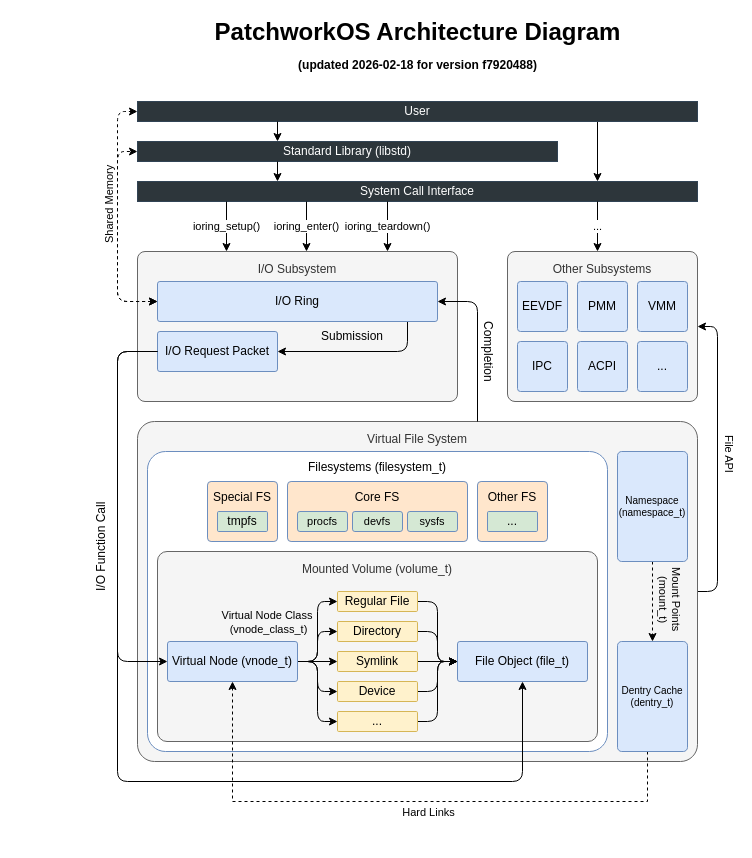
Above: meta/diagrams/architecture.drawio in KaiNorberg/PatchworkOS (draw.io), before the change. Source tidied: cells renumbered, new cells numbered last; positions are measured from the earlier drawing's top-left corner, leaving out a move shared by most shapes. Both pictures are drawn from the tidied source at 100%, with x=0, y=0 at pixel (17, 21).
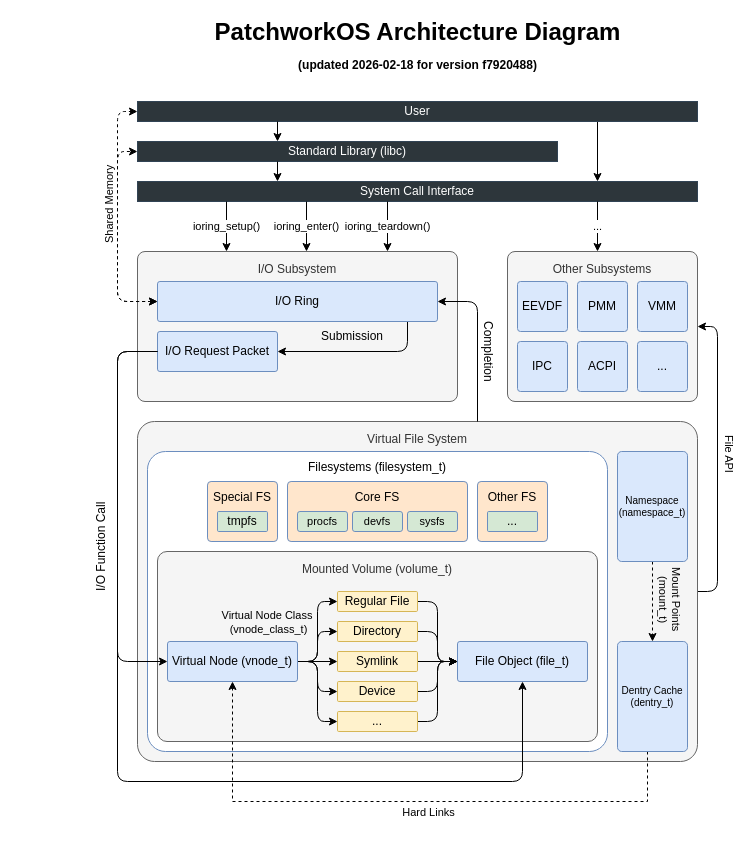
The same page after the edit.

What changed in the source:
```diff
@@
-    <mxCell id="3" value="Standard Library (libstd)" style="rounded=0;whiteSpace=wrap;html=1;fillColor=#2D363B;fontColor=#ffffff;strokeColor=#314354;" parent="1" vertex="1">
+    <mxCell id="3" value="Standard Library (libc)" style="rounded=0;whiteSpace=wrap;html=1;fillColor=#2D363B;fontColor=#ffffff;strokeColor=#314354;" parent="1" vertex="1">
       <mxGeometry x="120" y="120" width="420" height="20" as="geometry" />
     </mxCell>
```
